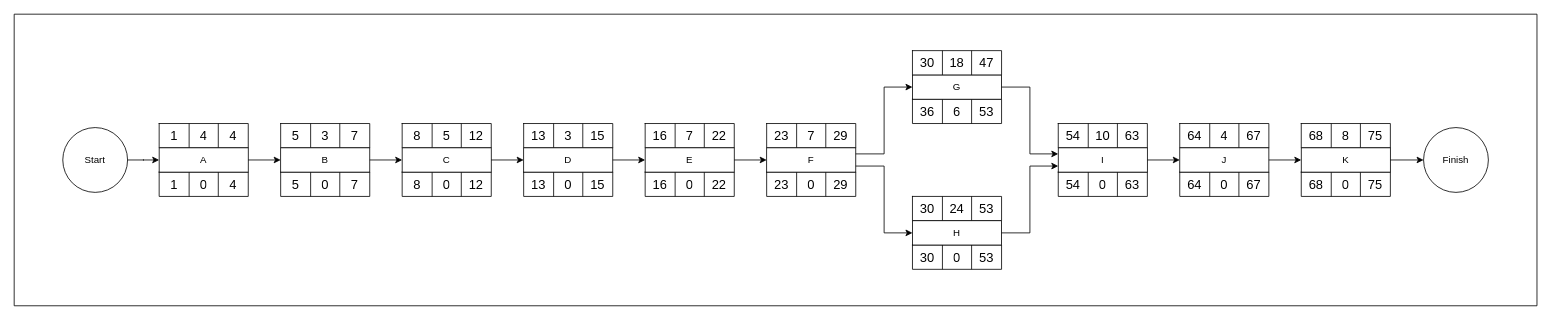
This is Critical-Path-PM-Fix.drawio from WizziGameDev/design-draw-io, a draw.io file, before an edit. Source tidied: cells renumbered, new cells numbered last; positions are measured from the earlier drawing's top-left corner, leaving out a move shared by most shapes. Both pictures are drawn from the tidied source at 81%, with x=0, y=0 at pixel (14, 14).
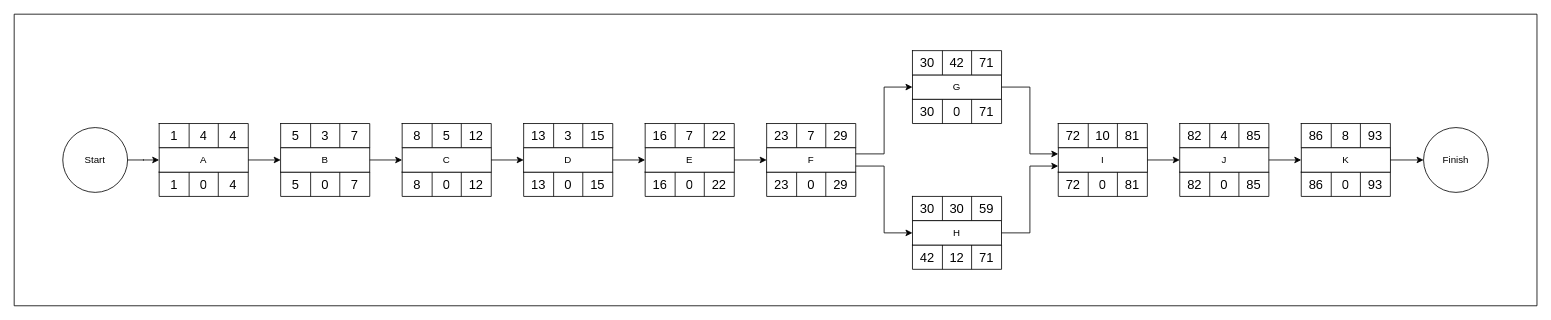
The same page after the edit.

Unchanged cells that the change refers to:
```xml
<mxCell id="77" style="shape=tableRow;horizontal=0;startSize=0;swimlaneHead=0;swimlaneBody=0;strokeColor=inherit;top=0;left=0;bottom=0;right=0;fillColor=none;fontSize=16;" parent="76" vertex="1">
  <mxGeometry width="110" height="30" as="geometry" />
</mxCell>
<mxCell id="84" style="shape=tableRow;horizontal=0;startSize=0;swimlaneHead=0;swimlaneBody=0;strokeColor=inherit;top=0;left=0;bottom=0;right=0;fillColor=none;fontSize=16;" parent="83" vertex="1">
  <mxGeometry width="110" height="30" as="geometry" />
</mxCell>
<mxCell id="89" style="shape=tableRow;horizontal=0;startSize=0;swimlaneHead=0;swimlaneBody=0;strokeColor=inherit;top=0;left=0;bottom=0;right=0;fillColor=none;fontSize=16;" parent="88" vertex="1">
  <mxGeometry width="110" height="30" as="geometry" />
</mxCell>
<mxCell id="96" style="shape=tableRow;horizontal=0;startSize=0;swimlaneHead=0;swimlaneBody=0;strokeColor=inherit;top=0;left=0;bottom=0;right=0;fillColor=none;fontSize=16;" parent="95" vertex="1">
  <mxGeometry width="110" height="30" as="geometry" />
</mxCell>
<mxCell id="101" style="shape=tableRow;horizontal=0;startSize=0;swimlaneHead=0;swimlaneBody=0;strokeColor=inherit;top=0;left=0;bottom=0;right=0;fillColor=none;fontSize=16;" parent="100" vertex="1">
  <mxGeometry width="110" height="30" as="geometry" />
</mxCell>
<mxCell id="108" style="shape=tableRow;horizontal=0;startSize=0;swimlaneHead=0;swimlaneBody=0;strokeColor=inherit;top=0;left=0;bottom=0;right=0;fillColor=none;fontSize=16;" parent="107" vertex="1">
  <mxGeometry width="110" height="30" as="geometry" />
</mxCell>
<mxCell id="113" style="shape=tableRow;horizontal=0;startSize=0;swimlaneHead=0;swimlaneBody=0;strokeColor=inherit;top=0;left=0;bottom=0;right=0;fillColor=none;fontSize=16;" parent="112" vertex="1">
  <mxGeometry width="110" height="30" as="geometry" />
</mxCell>
<mxCell id="120" style="shape=tableRow;horizontal=0;startSize=0;swimlaneHead=0;swimlaneBody=0;strokeColor=inherit;top=0;left=0;bottom=0;right=0;fillColor=none;fontSize=16;" parent="119" vertex="1">
  <mxGeometry width="110" height="30" as="geometry" />
</mxCell>
<mxCell id="125" style="shape=tableRow;horizontal=0;startSize=0;swimlaneHead=0;swimlaneBody=0;strokeColor=inherit;top=0;left=0;bottom=0;right=0;fillColor=none;fontSize=16;" parent="124" vertex="1">
  <mxGeometry width="110" height="30" as="geometry" />
</mxCell>
<mxCell id="146" style="shape=tableRow;horizontal=0;startSize=0;swimlaneHead=0;swimlaneBody=0;strokeColor=inherit;top=0;left=0;bottom=0;right=0;fillColor=none;fontSize=16;" parent="145" vertex="1">
  <mxGeometry width="110" height="30" as="geometry" />
</mxCell>
```

Diff of the diagram source:
```diff
@@
-    <mxCell id="78" value="36" style="shape=partialRectangle;html=1;whiteSpace=wrap;strokeColor=inherit;overflow=hidden;fillColor=none;top=0;left=0;bottom=0;right=0;fontSize=16;" parent="77" vertex="1">
+    <mxCell id="78" value="30" style="shape=partialRectangle;html=1;whiteSpace=wrap;strokeColor=inherit;overflow=hidden;fillColor=none;top=0;left=0;bottom=0;right=0;fontSize=16;" parent="77" vertex="1">
       <mxGeometry width="37" height="30" as="geometry" />
     </mxCell>
-    <mxCell id="79" value="6" style="shape=partialRectangle;html=1;whiteSpace=wrap;strokeColor=inherit;overflow=hidden;fillColor=none;top=0;left=0;bottom=0;right=0;fontSize=16;" parent="77" vertex="1">
+    <mxCell id="79" value="0" style="shape=partialRectangle;html=1;whiteSpace=wrap;strokeColor=inherit;overflow=hidden;fillColor=none;top=0;left=0;bottom=0;right=0;fontSize=16;" parent="77" vertex="1">
       <mxGeometry x="37" width="36" height="30" as="geometry" />
     </mxCell>
-    <mxCell id="80" value="53" style="shape=partialRectangle;html=1;whiteSpace=wrap;strokeColor=inherit;overflow=hidden;fillColor=none;top=0;left=0;bottom=0;right=0;fontSize=16;" parent="77" vertex="1">
+    <mxCell id="80" value="71" style="shape=partialRectangle;html=1;whiteSpace=wrap;strokeColor=inherit;overflow=hidden;fillColor=none;top=0;left=0;bottom=0;right=0;fontSize=16;" parent="77" vertex="1">
       <mxGeometry x="73" width="37" height="30" as="geometry" />
     </mxCell>
@@
-    <mxCell id="86" value="24" style="shape=partialRectangle;html=1;whiteSpace=wrap;strokeColor=inherit;overflow=hidden;fillColor=none;top=0;left=0;bottom=0;right=0;fontSize=16;" parent="84" vertex="1">
+    <mxCell id="86" value="30" style="shape=partialRectangle;html=1;whiteSpace=wrap;strokeColor=inherit;overflow=hidden;fillColor=none;top=0;left=0;bottom=0;right=0;fontSize=16;" parent="84" vertex="1">
       <mxGeometry x="37" width="36" height="30" as="geometry" />
     </mxCell>
-    <mxCell id="87" value="53" style="shape=partialRectangle;html=1;whiteSpace=wrap;strokeColor=inherit;overflow=hidden;fillColor=none;top=0;left=0;bottom=0;right=0;fontSize=16;" parent="84" vertex="1">
+    <mxCell id="87" value="59" style="shape=partialRectangle;html=1;whiteSpace=wrap;strokeColor=inherit;overflow=hidden;fillColor=none;top=0;left=0;bottom=0;right=0;fontSize=16;" parent="84" vertex="1">
       <mxGeometry x="73" width="37" height="30" as="geometry" />
     </mxCell>
@@
-    <mxCell id="90" value="30" style="shape=partialRectangle;html=1;whiteSpace=wrap;strokeColor=inherit;overflow=hidden;fillColor=none;top=0;left=0;bottom=0;right=0;fontSize=16;" parent="89" vertex="1">
+    <mxCell id="90" value="42" style="shape=partialRectangle;html=1;whiteSpace=wrap;strokeColor=inherit;overflow=hidden;fillColor=none;top=0;left=0;bottom=0;right=0;fontSize=16;" parent="89" vertex="1">
       <mxGeometry width="37" height="30" as="geometry" />
     </mxCell>
-    <mxCell id="91" value="0" style="shape=partialRectangle;html=1;whiteSpace=wrap;strokeColor=inherit;overflow=hidden;fillColor=none;top=0;left=0;bottom=0;right=0;fontSize=16;" parent="89" vertex="1">
+    <mxCell id="91" value="12" style="shape=partialRectangle;html=1;whiteSpace=wrap;strokeColor=inherit;overflow=hidden;fillColor=none;top=0;left=0;bottom=0;right=0;fontSize=16;" parent="89" vertex="1">
       <mxGeometry x="37" width="36" height="30" as="geometry" />
     </mxCell>
-    <mxCell id="92" value="53" style="shape=partialRectangle;html=1;whiteSpace=wrap;strokeColor=inherit;overflow=hidden;fillColor=none;top=0;left=0;bottom=0;right=0;fontSize=16;" parent="89" vertex="1">
+    <mxCell id="92" value="71" style="shape=partialRectangle;html=1;whiteSpace=wrap;strokeColor=inherit;overflow=hidden;fillColor=none;top=0;left=0;bottom=0;right=0;fontSize=16;" parent="89" vertex="1">
       <mxGeometry x="73" width="37" height="30" as="geometry" />
     </mxCell>
@@
-    <mxCell id="97" value="54" style="shape=partialRectangle;html=1;whiteSpace=wrap;strokeColor=inherit;overflow=hidden;fillColor=none;top=0;left=0;bottom=0;right=0;fontSize=16;" parent="96" vertex="1">
+    <mxCell id="97" value="72" style="shape=partialRectangle;html=1;whiteSpace=wrap;strokeColor=inherit;overflow=hidden;fillColor=none;top=0;left=0;bottom=0;right=0;fontSize=16;" parent="96" vertex="1">
       <mxGeometry width="37" height="30" as="geometry" />
     </mxCell>
@@
-    <mxCell id="99" value="63" style="shape=partialRectangle;html=1;whiteSpace=wrap;strokeColor=inherit;overflow=hidden;fillColor=none;top=0;left=0;bottom=0;right=0;fontSize=16;" parent="96" vertex="1">
+    <mxCell id="99" value="81" style="shape=partialRectangle;html=1;whiteSpace=wrap;strokeColor=inherit;overflow=hidden;fillColor=none;top=0;left=0;bottom=0;right=0;fontSize=16;" parent="96" vertex="1">
       <mxGeometry x="73" width="37" height="30" as="geometry" />
     </mxCell>
@@
-    <mxCell id="102" value="54" style="shape=partialRectangle;html=1;whiteSpace=wrap;strokeColor=inherit;overflow=hidden;fillColor=none;top=0;left=0;bottom=0;right=0;fontSize=16;" parent="101" vertex="1">
+    <mxCell id="102" value="72" style="shape=partialRectangle;html=1;whiteSpace=wrap;strokeColor=inherit;overflow=hidden;fillColor=none;top=0;left=0;bottom=0;right=0;fontSize=16;" parent="101" vertex="1">
       <mxGeometry width="37" height="30" as="geometry" />
     </mxCell>
@@
-    <mxCell id="104" value="63" style="shape=partialRectangle;html=1;whiteSpace=wrap;strokeColor=inherit;overflow=hidden;fillColor=none;top=0;left=0;bottom=0;right=0;fontSize=16;" parent="101" vertex="1">
+    <mxCell id="104" value="81" style="shape=partialRectangle;html=1;whiteSpace=wrap;strokeColor=inherit;overflow=hidden;fillColor=none;top=0;left=0;bottom=0;right=0;fontSize=16;" parent="101" vertex="1">
       <mxGeometry x="73" width="37" height="30" as="geometry" />
     </mxCell>
@@
-    <mxCell id="109" value="64" style="shape=partialRectangle;html=1;whiteSpace=wrap;strokeColor=inherit;overflow=hidden;fillColor=none;top=0;left=0;bottom=0;right=0;fontSize=16;" parent="108" vertex="1">
+    <mxCell id="109" value="82" style="shape=partialRectangle;html=1;whiteSpace=wrap;strokeColor=inherit;overflow=hidden;fillColor=none;top=0;left=0;bottom=0;right=0;fontSize=16;" parent="108" vertex="1">
       <mxGeometry width="37" height="30" as="geometry" />
     </mxCell>
@@
-    <mxCell id="111" value="67" style="shape=partialRectangle;html=1;whiteSpace=wrap;strokeColor=inherit;overflow=hidden;fillColor=none;top=0;left=0;bottom=0;right=0;fontSize=16;" parent="108" vertex="1">
+    <mxCell id="111" value="85" style="shape=partialRectangle;html=1;whiteSpace=wrap;strokeColor=inherit;overflow=hidden;fillColor=none;top=0;left=0;bottom=0;right=0;fontSize=16;" parent="108" vertex="1">
       <mxGeometry x="73" width="37" height="30" as="geometry" />
     </mxCell>
@@
-    <mxCell id="114" value="64" style="shape=partialRectangle;html=1;whiteSpace=wrap;strokeColor=inherit;overflow=hidden;fillColor=none;top=0;left=0;bottom=0;right=0;fontSize=16;" parent="113" vertex="1">
+    <mxCell id="114" value="82" style="shape=partialRectangle;html=1;whiteSpace=wrap;strokeColor=inherit;overflow=hidden;fillColor=none;top=0;left=0;bottom=0;right=0;fontSize=16;" parent="113" vertex="1">
       <mxGeometry width="37" height="30" as="geometry" />
     </mxCell>
@@
-    <mxCell id="116" value="67" style="shape=partialRectangle;html=1;whiteSpace=wrap;strokeColor=inherit;overflow=hidden;fillColor=none;top=0;left=0;bottom=0;right=0;fontSize=16;" parent="113" vertex="1">
+    <mxCell id="116" value="85" style="shape=partialRectangle;html=1;whiteSpace=wrap;strokeColor=inherit;overflow=hidden;fillColor=none;top=0;left=0;bottom=0;right=0;fontSize=16;" parent="113" vertex="1">
       <mxGeometry x="73" width="37" height="30" as="geometry" />
     </mxCell>
@@
-    <mxCell id="121" value="68" style="shape=partialRectangle;html=1;whiteSpace=wrap;strokeColor=inherit;overflow=hidden;fillColor=none;top=0;left=0;bottom=0;right=0;fontSize=16;" parent="120" vertex="1">
+    <mxCell id="121" value="86" style="shape=partialRectangle;html=1;whiteSpace=wrap;strokeColor=inherit;overflow=hidden;fillColor=none;top=0;left=0;bottom=0;right=0;fontSize=16;" parent="120" vertex="1">
       <mxGeometry width="37" height="30" as="geometry" />
     </mxCell>
@@
-    <mxCell id="123" value="75" style="shape=partialRectangle;html=1;whiteSpace=wrap;strokeColor=inherit;overflow=hidden;fillColor=none;top=0;left=0;bottom=0;right=0;fontSize=16;" parent="120" vertex="1">
+    <mxCell id="123" value="93" style="shape=partialRectangle;html=1;whiteSpace=wrap;strokeColor=inherit;overflow=hidden;fillColor=none;top=0;left=0;bottom=0;right=0;fontSize=16;" parent="120" vertex="1">
       <mxGeometry x="73" width="37" height="30" as="geometry" />
     </mxCell>
@@
-    <mxCell id="126" value="68" style="shape=partialRectangle;html=1;whiteSpace=wrap;strokeColor=inherit;overflow=hidden;fillColor=none;top=0;left=0;bottom=0;right=0;fontSize=16;" parent="125" vertex="1">
+    <mxCell id="126" value="86" style="shape=partialRectangle;html=1;whiteSpace=wrap;strokeColor=inherit;overflow=hidden;fillColor=none;top=0;left=0;bottom=0;right=0;fontSize=16;" parent="125" vertex="1">
       <mxGeometry width="37" height="30" as="geometry" />
     </mxCell>
@@
-    <mxCell id="128" value="75" style="shape=partialRectangle;html=1;whiteSpace=wrap;strokeColor=inherit;overflow=hidden;fillColor=none;top=0;left=0;bottom=0;right=0;fontSize=16;" parent="125" vertex="1">
+    <mxCell id="128" value="93" style="shape=partialRectangle;html=1;whiteSpace=wrap;strokeColor=inherit;overflow=hidden;fillColor=none;top=0;left=0;bottom=0;right=0;fontSize=16;" parent="125" vertex="1">
       <mxGeometry x="73" width="37" height="30" as="geometry" />
     </mxCell>
@@
-    <mxCell id="148" value="18" style="shape=partialRectangle;html=1;whiteSpace=wrap;strokeColor=inherit;overflow=hidden;fillColor=none;top=0;left=0;bottom=0;right=0;fontSize=16;" parent="146" vertex="1">
+    <mxCell id="148" value="42" style="shape=partialRectangle;html=1;whiteSpace=wrap;strokeColor=inherit;overflow=hidden;fillColor=none;top=0;left=0;bottom=0;right=0;fontSize=16;" parent="146" vertex="1">
       <mxGeometry x="37" width="36" height="30" as="geometry" />
     </mxCell>
-    <mxCell id="149" value="47" style="shape=partialRectangle;html=1;whiteSpace=wrap;strokeColor=inherit;overflow=hidden;fillColor=none;top=0;left=0;bottom=0;right=0;fontSize=16;" parent="146" vertex="1">
+    <mxCell id="149" value="71" style="shape=partialRectangle;html=1;whiteSpace=wrap;strokeColor=inherit;overflow=hidden;fillColor=none;top=0;left=0;bottom=0;right=0;fontSize=16;" parent="146" vertex="1">
       <mxGeometry x="73" width="37" height="30" as="geometry" />
     </mxCell>
```
